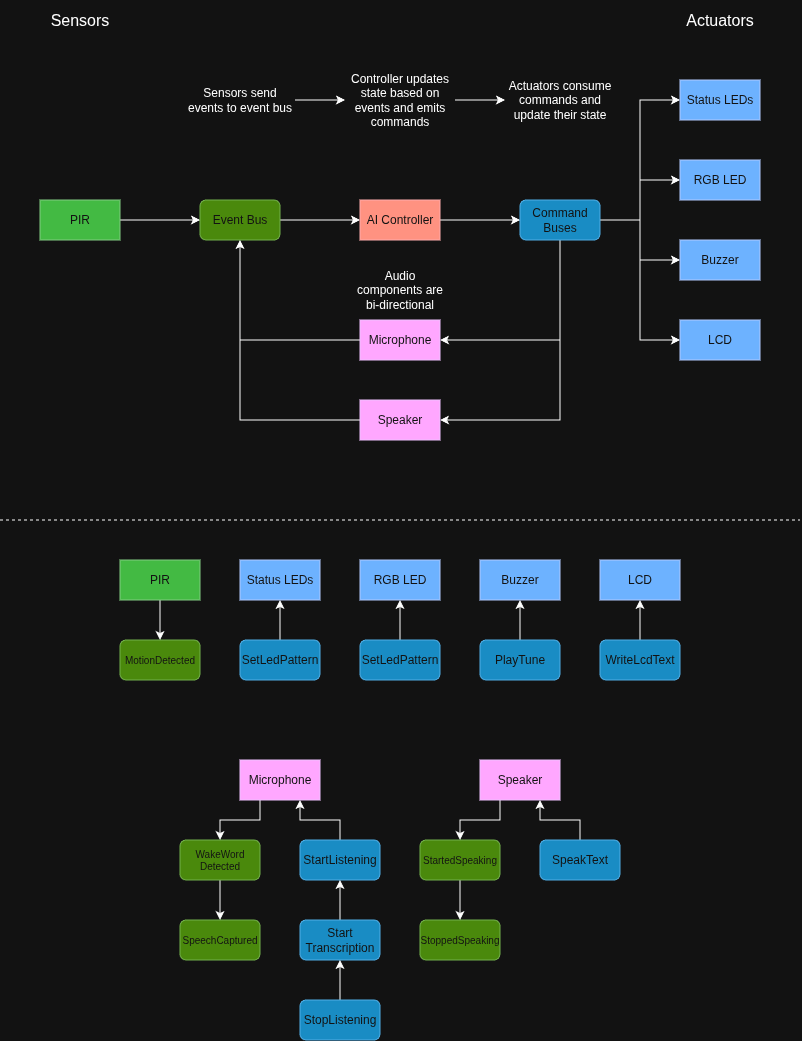
Above: docs/diagrams/Queues.png in javidahmed64592/pi-bot (draw.io), before the change. Source tidied: cells renumbered, new cells last; positions are measured from the earlier drawing's top-left corner, leaving out a move shared by most shapes.
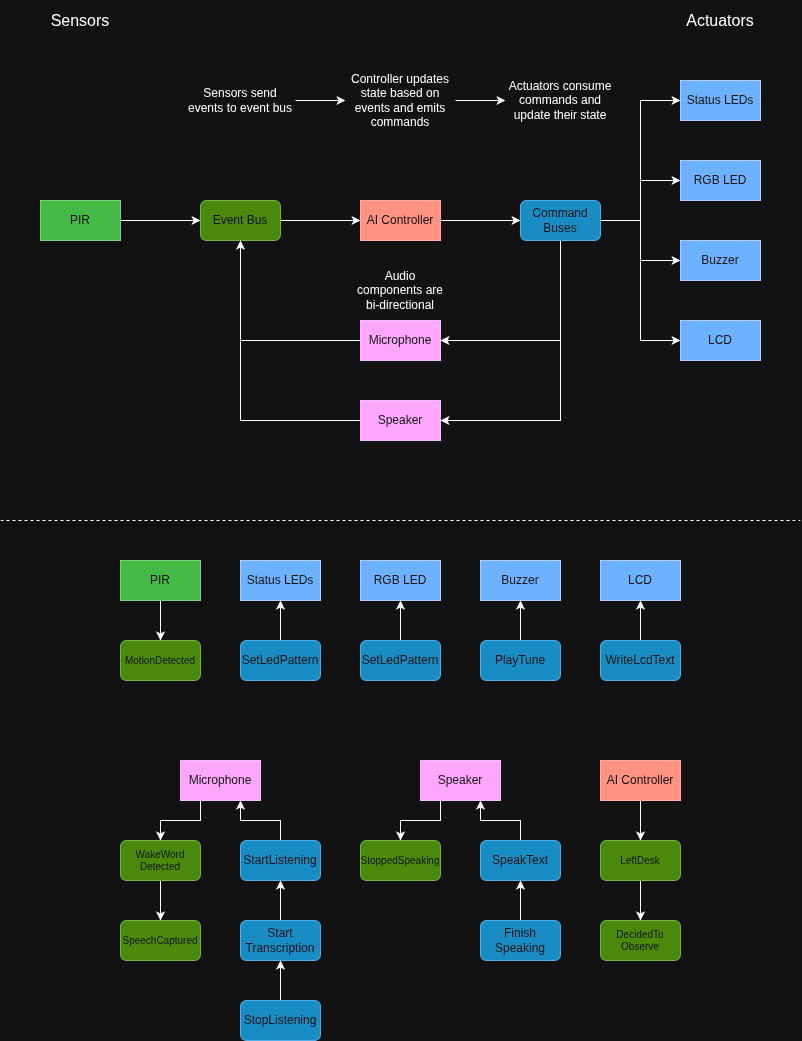
The same file after the commit.

What changed in the source:
```diff
@@ -153,55 +153,70 @@
       <mxGeometry relative="1" as="geometry" />
     </mxCell>
     <mxCell id="48" value="Microphone" style="rounded=0;whiteSpace=wrap;html=1;fillColor=#6a00ff;fontColor=#ffffff;strokeColor=#3700CC;" parent="1" vertex="1">
-      <mxGeometry x="240" y="760" width="80" height="40" as="geometry" />
+      <mxGeometry x="180" y="760" width="80" height="40" as="geometry" />
     </mxCell>
-    <mxCell id="49" style="edgeStyle=orthogonalEdgeStyle;rounded=0;jettySize=auto;html=1;exitX=0.25;exitY=1;exitDx=0;exitDy=0;entryX=0.5;entryY=0;entryDx=0;entryDy=0;" parent="1" edge="1" source="50" target="59">
+    <mxCell id="49" style="edgeStyle=orthogonalEdgeStyle;rounded=0;jettySize=auto;html=1;exitX=0.25;exitY=1;exitDx=0;exitDy=0;entryX=0.5;entryY=0;entryDx=0;entryDy=0;" parent="1" edge="1" source="50" target="60">
       <mxGeometry relative="1" as="geometry" />
     </mxCell>
     <mxCell id="50" value="Speaker" style="rounded=0;whiteSpace=wrap;html=1;fillColor=#6a00ff;fontColor=#ffffff;strokeColor=#3700CC;" parent="1" vertex="1">
-      <mxGeometry x="480" y="760" width="80" height="40" as="geometry" />
+      <mxGeometry x="420" y="760" width="80" height="40" as="geometry" />
     </mxCell>
     <mxCell id="51" style="edgeStyle=orthogonalEdgeStyle;rounded=0;jettySize=auto;html=1;entryX=0.5;entryY=0;entryDx=0;entryDy=0;" parent="1" edge="1" source="52" target="53">
       <mxGeometry relative="1" as="geometry" />
     </mxCell>
     <mxCell id="52" value="WakeWord&lt;div&gt;Detected&lt;/div&gt;" style="rounded=1;whiteSpace=wrap;html=1;fontSize=10;fillColor=#60a917;fontColor=#ffffff;strokeColor=#2D7600;" parent="1" vertex="1">
-      <mxGeometry x="180" y="840" width="80" height="40" as="geometry" />
+      <mxGeometry x="120" y="840" width="80" height="40" as="geometry" />
     </mxCell>
     <mxCell id="53" value="SpeechCaptured" style="rounded=1;whiteSpace=wrap;html=1;fontSize=10;fillColor=#60a917;fontColor=#ffffff;strokeColor=#2D7600;" parent="1" vertex="1">
-      <mxGeometry x="180" y="920" width="80" height="40" as="geometry" />
+      <mxGeometry x="120" y="920" width="80" height="40" as="geometry" />
     </mxCell>
     <mxCell id="54" style="edgeStyle=orthogonalEdgeStyle;rounded=0;jettySize=auto;html=1;entryX=0.75;entryY=1;entryDx=0;entryDy=0;" parent="1" edge="1" source="55" target="48">
       <mxGeometry relative="1" as="geometry" />
     </mxCell>
     <mxCell id="55" value="StartListening" style="rounded=1;whiteSpace=wrap;html=1;fillColor=#1ba1e2;fontColor=#ffffff;strokeColor=#006EAF;" parent="1" vertex="1">
-      <mxGeometry x="300" y="840" width="80" height="40" as="geometry" />
+      <mxGeometry x="240" y="840" width="80" height="40" as="geometry" />
     </mxCell>
     <mxCell id="56" style="edgeStyle=orthogonalEdgeStyle;rounded=0;jettySize=auto;html=1;entryX=0.5;entryY=1;entryDx=0;entryDy=0;" parent="1" edge="1" source="57" target="55">
       <mxGeometry relative="1" as="geometry" />
     </mxCell>
     <mxCell id="57" value="Start&lt;div&gt;Transcription&lt;/div&gt;" style="rounded=1;whiteSpace=wrap;html=1;fillColor=#1ba1e2;fontColor=#ffffff;strokeColor=#006EAF;" parent="1" vertex="1">
-      <mxGeometry x="300" y="920" width="80" height="40" as="geometry" />
+      <mxGeometry x="240" y="920" width="80" height="40" as="geometry" />
     </mxCell>
-    <mxCell id="58" style="edgeStyle=orthogonalEdgeStyle;rounded=0;jettySize=auto;html=1;entryX=0.5;entryY=0;entryDx=0;entryDy=0;" parent="1" edge="1" source="59" target="60">
-      <mxGeometry relative="1" as="geometry" />
-    </mxCell>
-    <mxCell id="59" value="StartedSpeaking" style="rounded=1;whiteSpace=wrap;html=1;fontSize=10;fillColor=#60a917;fontColor=#ffffff;strokeColor=#2D7600;" parent="1" vertex="1">
-      <mxGeometry x="420" y="840" width="80" height="40" as="geometry" />
-    </mxCell>
     <mxCell id="60" value="StoppedSpeaking" style="rounded=1;whiteSpace=wrap;html=1;fontSize=10;fillColor=#60a917;fontColor=#ffffff;strokeColor=#2D7600;" parent="1" vertex="1">
-      <mxGeometry x="420" y="920" width="80" height="40" as="geometry" />
+      <mxGeometry x="360" y="840" width="80" height="40" as="geometry" />
     </mxCell>
     <mxCell id="61" style="edgeStyle=orthogonalEdgeStyle;rounded=0;jettySize=auto;html=1;entryX=0.75;entryY=1;entryDx=0;entryDy=0;" parent="1" edge="1" source="62" target="50">
       <mxGeometry relative="1" as="geometry" />
     </mxCell>
     <mxCell id="62" value="SpeakText" style="rounded=1;whiteSpace=wrap;html=1;fillColor=#1ba1e2;fontColor=#ffffff;strokeColor=#006EAF;" parent="1" vertex="1">
-      <mxGeometry x="540" y="840" width="80" height="40" as="geometry" />
+      <mxGeometry x="480" y="840" width="80" height="40" as="geometry" />
     </mxCell>
     <mxCell id="63" style="edgeStyle=orthogonalEdgeStyle;rounded=0;jettySize=auto;html=1;entryX=0.5;entryY=1;entryDx=0;entryDy=0;" parent="1" edge="1" source="64" target="57">
       <mxGeometry relative="1" as="geometry" />
     </mxCell>
     <mxCell id="64" value="StopListening" style="rounded=1;whiteSpace=wrap;html=1;fillColor=#1ba1e2;fontColor=#ffffff;strokeColor=#006EAF;" parent="1" vertex="1">
-      <mxGeometry x="300" y="1000" width="80" height="40" as="geometry" />
+      <mxGeometry x="240" y="1000" width="80" height="40" as="geometry" />
     </mxCell>
+    <mxCell id="65" style="edgeStyle=orthogonalEdgeStyle;rounded=0;jettySize=auto;html=1;entryX=0.5;entryY=0;entryDx=0;entryDy=0;" parent="1" edge="1" source="66" target="68">
+      <mxGeometry relative="1" as="geometry" />
+    </mxCell>
+    <mxCell id="66" value="AI Controller" style="rounded=0;whiteSpace=wrap;html=1;fillColor=#e51400;fontColor=#ffffff;strokeColor=#B20000;" parent="1" vertex="1">
+      <mxGeometry x="600" y="760" width="80" height="40" as="geometry" />
+    </mxCell>
+    <mxCell id="67" style="edgeStyle=orthogonalEdgeStyle;rounded=0;jettySize=auto;html=1;entryX=0.5;entryY=0;entryDx=0;entryDy=0;" parent="1" edge="1" source="68" target="69">
+      <mxGeometry relative="1" as="geometry" />
+    </mxCell>
+    <mxCell id="68" value="LeftDesk" style="rounded=1;whiteSpace=wrap;html=1;fontSize=10;fillColor=#60a917;fontColor=#ffffff;strokeColor=#2D7600;" parent="1" vertex="1">
+      <mxGeometry x="600" y="840" width="80" height="40" as="geometry" />
+    </mxCell>
+    <mxCell id="69" value="DecidedTo&lt;div&gt;Observe&lt;/div&gt;" style="rounded=1;whiteSpace=wrap;html=1;fontSize=10;fillColor=#60a917;fontColor=#ffffff;strokeColor=#2D7600;" parent="1" vertex="1">
+      <mxGeometry x="600" y="920" width="80" height="40" as="geometry" />
+    </mxCell>
+    <mxCell id="70" style="edgeStyle=orthogonalEdgeStyle;rounded=0;jettySize=auto;html=1;entryX=0.5;entryY=1;entryDx=0;entryDy=0;" parent="1" edge="1" source="71" target="62">
+      <mxGeometry relative="1" as="geometry" />
+    </mxCell>
+    <mxCell id="71" value="Finish&lt;div&gt;Speaking&lt;/div&gt;" style="rounded=1;whiteSpace=wrap;html=1;fillColor=#1ba1e2;fontColor=#ffffff;strokeColor=#006EAF;" parent="1" vertex="1">
+      <mxGeometry x="480" y="920" width="80" height="40" as="geometry" />
+    </mxCell>
   </root>
 </mxGraphModel>
```
